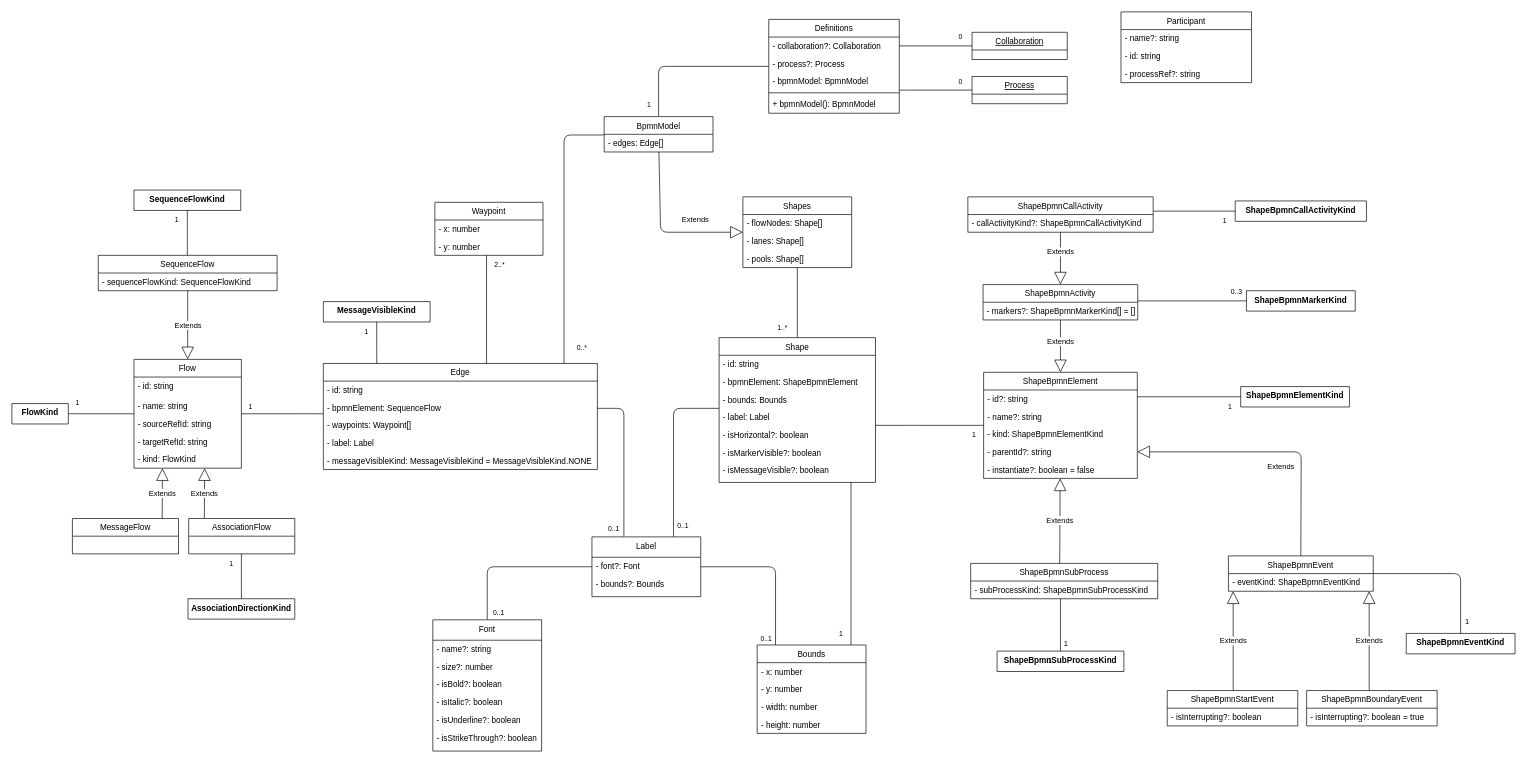
Before: docs/architecture/images/architecture/internal-model.drawio in process-analytics/bpmn-visualization-js, a draw.io diagram. Source tidied: cells renumbered, new cells numbered last; positions are measured from the earlier drawing's top-left corner, leaving out a move shared by most shapes. Both pictures are drawn from the tidied source at 68%, with x=0, y=0 at pixel (12, 12).
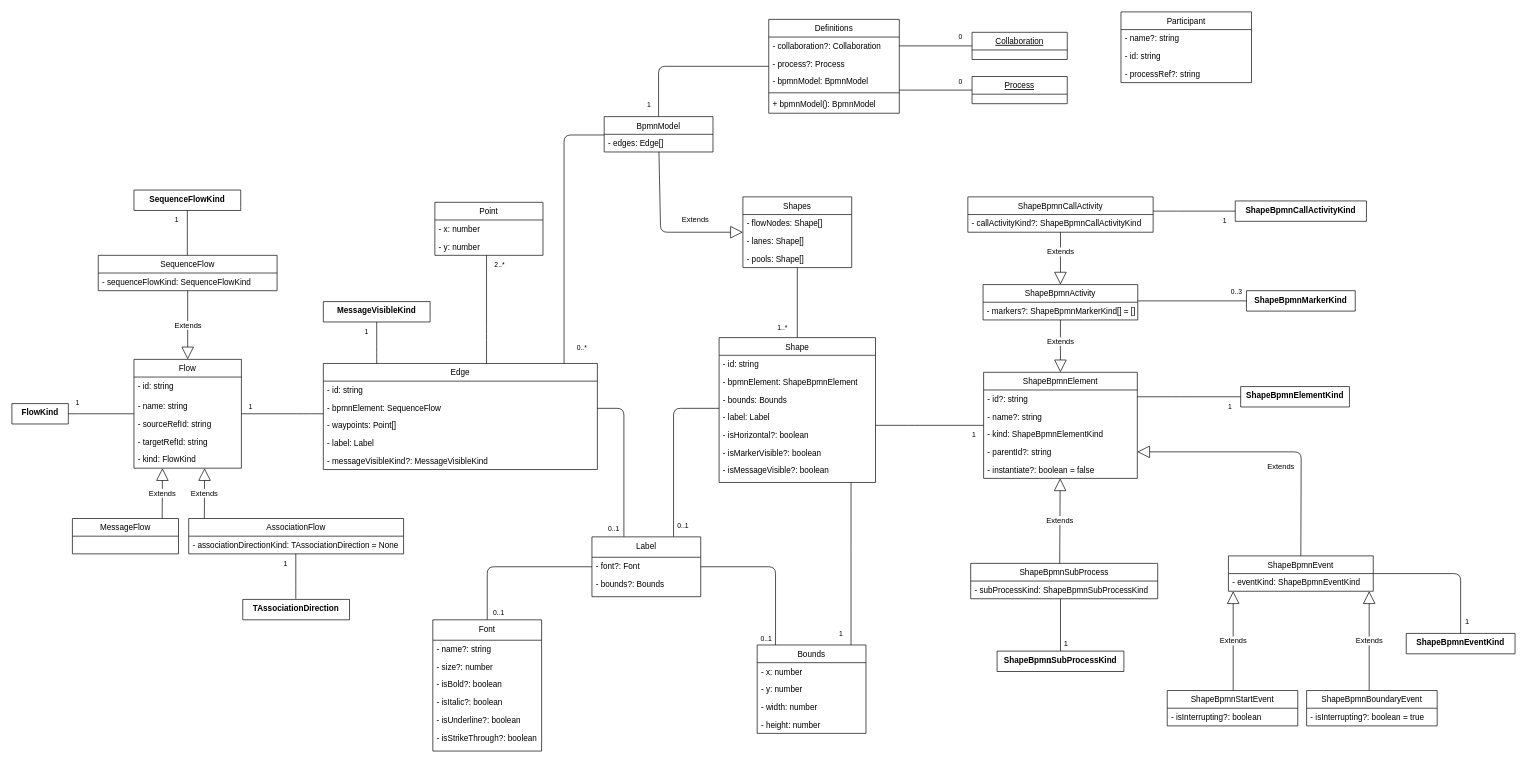
The same page after the edit.

Commit message (it also covers changes not shown here):
Replace Waypoint from 'model/bpmn/internal/edge/Waypoint' by Point from 'model/bpmn/json/DC'

Unchanged cells that the change refers to:
```xml
<mxCell id="33" value="Edge" style="swimlane;fontStyle=0;horizontal=1;startSize=26;fillColor=none;shadow=0;" parent="1" vertex="1">
  <mxGeometry x="458" y="517" width="403" height="156" as="geometry" />
</mxCell>
```

Diff of the diagram source:
```diff
@@
-    <mxCell id="36" value="- waypoints: Waypoint[]" style="text;strokeColor=none;fillColor=none;align=left;verticalAlign=top;spacingLeft=4;spacingRight=4;overflow=hidden;shadow=0;" parent="33" vertex="1">
+    <mxCell id="36" value="- waypoints: Point[]" style="text;strokeColor=none;fillColor=none;align=left;verticalAlign=top;spacingLeft=4;spacingRight=4;overflow=hidden;shadow=0;" parent="33" vertex="1">
       <mxGeometry y="78" width="403" height="26" as="geometry" />
     </mxCell>
@@
-    <mxCell id="38" value="- messageVisibleKind: MessageVisibleKind = MessageVisibleKind.NONE" style="text;strokeColor=none;fillColor=none;align=left;verticalAlign=top;spacingLeft=4;spacingRight=4;overflow=hidden;shadow=0;" parent="33" vertex="1">
+    <mxCell id="38" value="- messageVisibleKind?: MessageVisibleKind" style="text;strokeColor=none;fillColor=none;align=left;verticalAlign=top;spacingLeft=4;spacingRight=4;overflow=hidden;shadow=0;" parent="33" vertex="1">
       <mxGeometry y="130" width="403" height="26" as="geometry" />
     </mxCell>
@@
-    <mxCell id="108" value="Waypoint" style="swimlane;fontStyle=0;horizontal=1;startSize=26;fillColor=none;shadow=0;" parent="1" vertex="1">
+    <mxCell id="108" value="Point" style="swimlane;fontStyle=0;horizontal=1;startSize=26;fillColor=none;shadow=0;" parent="1" vertex="1">
       <mxGeometry x="622" y="280" width="159" height="78" as="geometry" />
     </mxCell>
@@
     <mxCell id="116" value="AssociationFlow" style="swimlane;fontStyle=0;horizontal=1;startSize=26;fillColor=none;shadow=0;" parent="1" vertex="1">
-      <mxGeometry x="260" y="745" width="156" height="52" as="geometry" />
+      <mxGeometry x="260" y="745" width="316" height="52" as="geometry" />
     </mxCell>
+    <mxCell id="146" value="- associationDirectionKind: TAssociationDirection = None" style="text;strokeColor=none;fillColor=none;align=left;verticalAlign=top;spacingLeft=4;spacingRight=4;overflow=hidden;shadow=0;" parent="116" vertex="1">
+      <mxGeometry y="26" width="316" height="26" as="geometry" />
+    </mxCell>
@@
     <mxCell id="119" style="endArrow=none;html=1;edgeStyle=orthogonalEdgeStyle;shadow=0;" parent="1" edge="1">
       <mxGeometry relative="1" as="geometry">
-        <mxPoint x="337.5" y="797" as="sourcePoint" />
-        <mxPoint x="337.5" y="863" as="targetPoint" />
+        <mxPoint x="417.5" y="797" as="sourcePoint" />
+        <mxPoint x="417.5" y="863" as="targetPoint" />
         <Array as="points">
-          <mxPoint x="338" y="832" />
-          <mxPoint x="338" y="832" />
+          <mxPoint x="418" y="832" />
+          <mxPoint x="418" y="832" />
         </Array>
       </mxGeometry>
     </mxCell>
@@
-    <mxCell id="121" value="AssociationDirectionKind" style="swimlane;fontStyle=1;horizontal=1;startSize=26;fillColor=none;swimlaneLine=0;rounded=0;shadow=0;comic=0;glass=0;" parent="1" vertex="1">
-      <mxGeometry x="259" y="863" width="157" height="30" as="geometry" />
-    </mxCell>
@@
+    <mxCell id="121" value="TAssociationDirection" style="swimlane;fontStyle=1;horizontal=1;startSize=26;fillColor=none;swimlaneLine=0;rounded=0;shadow=0;comic=0;glass=0;" parent="1" vertex="1">
+      <mxGeometry x="339.5" y="864" width="157" height="30" as="geometry" />
+    </mxCell>
```
